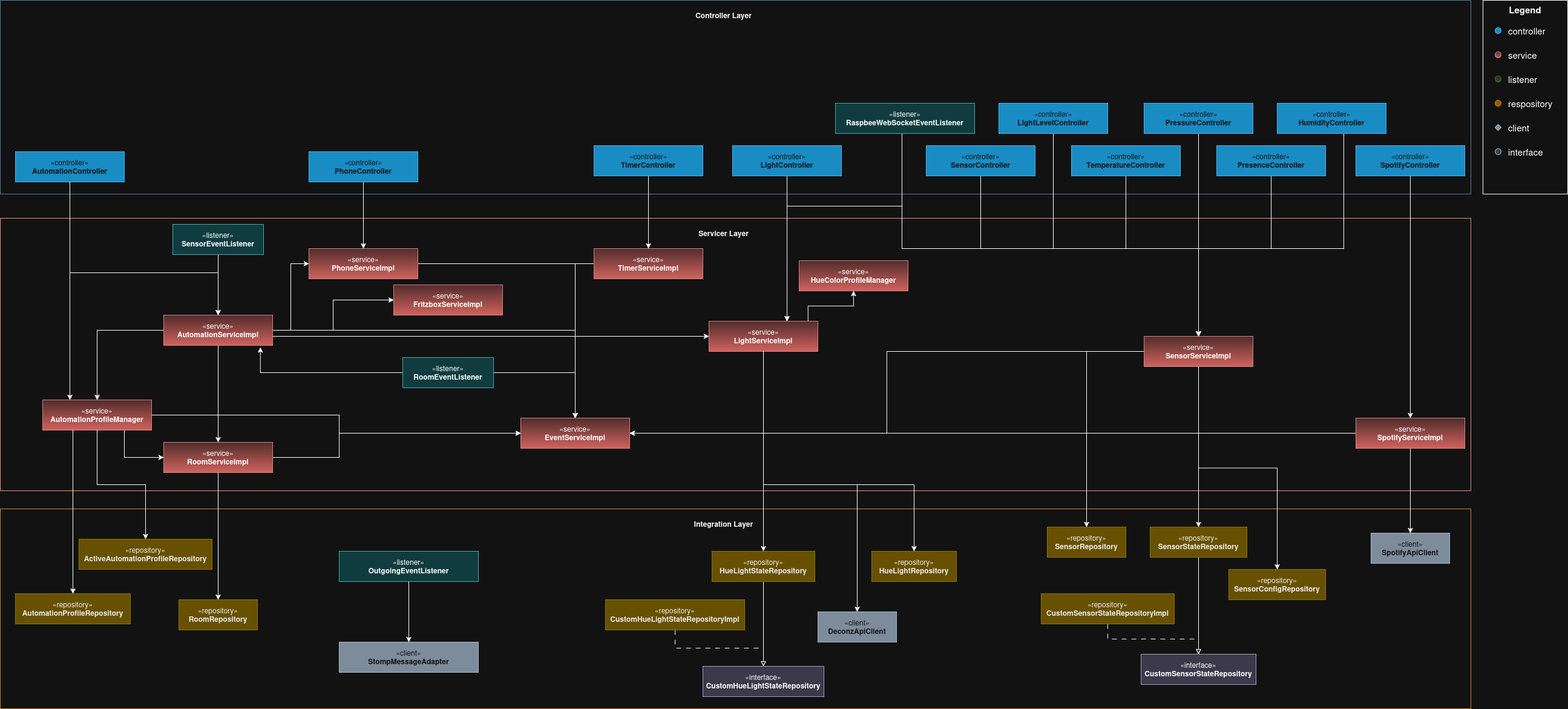
Above: diagrams/layers.png in Twigman/tyche (draw.io), before the change. Source tidied: cells renumbered, new cells last; positions are measured from the earlier drawing's top-left corner, leaving out a move shared by most shapes.
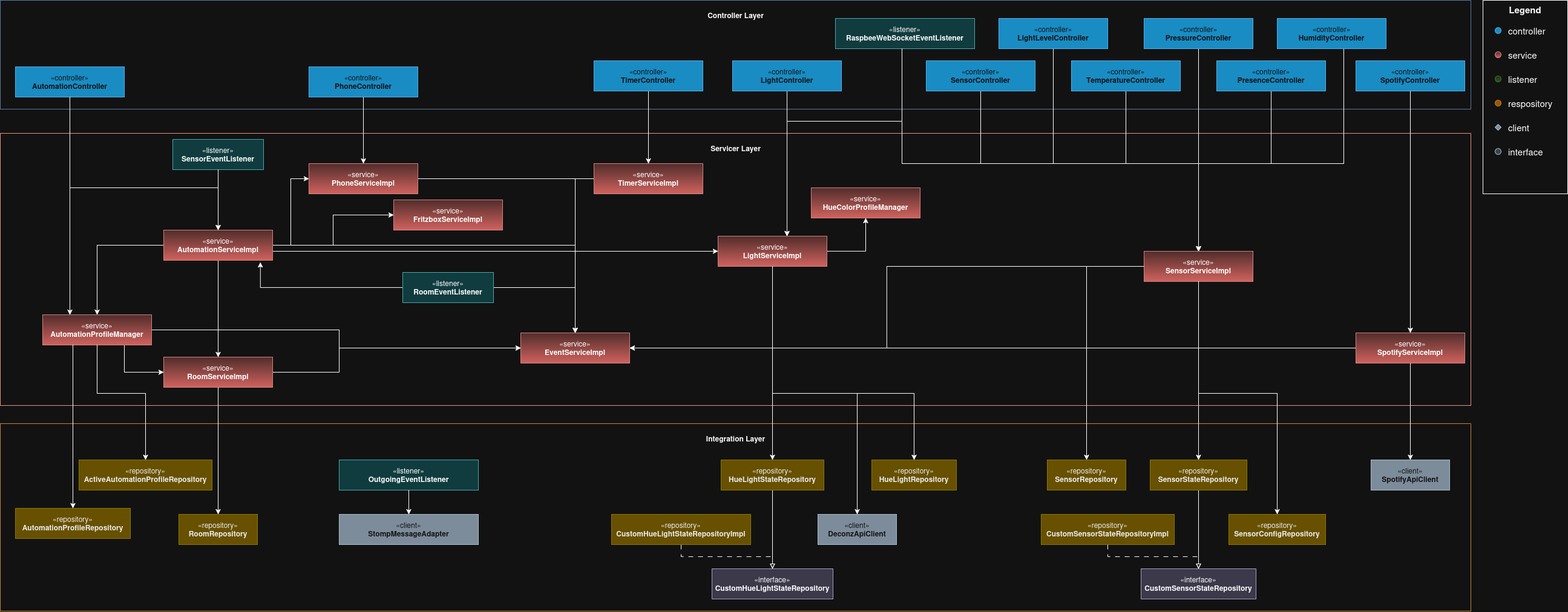
After the commit.

Diff of the diagram source:
```diff
@@ -3,19 +3,25 @@
     <mxCell id="0" />
     <mxCell id="1" parent="0" />
     <mxCell id="2" style="swimlane;startSize=0;fillColor=#dae8fc;gradientColor=#7ea6e0;strokeColor=#6c8ebf;" parent="1" vertex="1">
-      <mxGeometry width="2430" height="320" as="geometry" />
+      <mxGeometry y="140" width="2430" height="180" as="geometry" />
     </mxCell>
     <mxCell id="3" value="«controller»&lt;br&gt;&lt;b&gt;SpotifyController&lt;/b&gt;" style="html=1;whiteSpace=wrap;fillColor=#1ba1e2;fontColor=#ffffff;strokeColor=#006EAF;" parent="2" vertex="1">
-      <mxGeometry x="2240" y="240" width="180" height="50" as="geometry" />
+      <mxGeometry x="2240" y="100" width="180" height="50" as="geometry" />
     </mxCell>
     <mxCell id="4" value="«controller»&lt;br&gt;&lt;b&gt;AutomationController&lt;/b&gt;" style="html=1;whiteSpace=wrap;fillColor=#1ba1e2;fontColor=#ffffff;strokeColor=#006EAF;" parent="2" vertex="1">
-      <mxGeometry x="25" y="250" width="180" height="50" as="geometry" />
+      <mxGeometry x="25" y="110" width="180" height="50" as="geometry" />
     </mxCell>
+    <mxCell id="102" value="Controller Layer" style="text;html=1;align=center;verticalAlign=middle;strokeColor=none;fillColor=none;fontStyle=1;" parent="2" vertex="1">
+      <mxGeometry x="1160" y="10" width="110" height="30" as="geometry" />
+    </mxCell>
+    <mxCell id="103" value="«listener»&lt;br&gt;&lt;b&gt;RaspbeeWebSocketEventListener&lt;/b&gt;" style="html=1;whiteSpace=wrap;fillColor=#b0e3e6;strokeColor=#0e8088;" parent="2" vertex="1">
+      <mxGeometry x="1380" y="30" width="230" height="50" as="geometry" />
+    </mxCell>
     <mxCell id="5" style="swimlane;startSize=0;fillColor=#fad9d5;strokeColor=#ae4132;" parent="1" vertex="1">
       <mxGeometry y="360" width="2430" height="450" as="geometry" />
     </mxCell>
     <mxCell id="6" value="Servicer Layer" style="text;html=1;align=center;verticalAlign=middle;strokeColor=none;fillColor=none;fontStyle=1;" parent="5" vertex="1">
-      <mxGeometry x="1145" y="10" width="100" height="30" as="geometry" />
+      <mxGeometry x="1165" y="10" width="100" height="30" as="geometry" />
     </mxCell>
     <mxCell id="7" style="edgeStyle=orthogonalEdgeStyle;rounded=0;jettySize=auto;html=1;" parent="5" edge="1" source="9">
       <mxGeometry relative="1" as="geometry">
@@ -64,13 +70,13 @@
       <mxGeometry x="650" y="110" width="180" height="50" as="geometry" />
     </mxCell>
     <mxCell id="19" value="«service»&lt;br&gt;&lt;b&gt;HueColorProfileManager&lt;/b&gt;" style="html=1;whiteSpace=wrap;fillColor=#f8cecc;strokeColor=#b85450;gradientColor=#ea6b66;" parent="5" vertex="1">
-      <mxGeometry x="1320" y="70" width="180" height="50" as="geometry" />
+      <mxGeometry x="1340" y="90" width="180" height="50" as="geometry" />
     </mxCell>
-    <mxCell id="20" style="edgeStyle=orthogonalEdgeStyle;rounded=0;jettySize=auto;html=1;exitX=0.91;exitY=0.042;exitDx=0;exitDy=0;exitPerimeter=0;" parent="5" edge="1" source="21" target="19">
+    <mxCell id="20" style="edgeStyle=orthogonalEdgeStyle;rounded=0;jettySize=auto;html=1;exitX=1;exitY=0.5;exitDx=0;exitDy=0;" parent="5" edge="1" source="21" target="19">
       <mxGeometry relative="1" as="geometry" />
     </mxCell>
     <mxCell id="21" value="«service»&lt;br&gt;&lt;b&gt;LightServiceImpl&lt;/b&gt;" style="html=1;whiteSpace=wrap;fillColor=#f8cecc;strokeColor=#b85450;gradientColor=#ea6b66;" parent="5" vertex="1">
-      <mxGeometry x="1171" y="170" width="180" height="50" as="geometry" />
+      <mxGeometry x="1186" y="170" width="180" height="50" as="geometry" />
     </mxCell>
     <mxCell id="22" style="edgeStyle=orthogonalEdgeStyle;rounded=0;jettySize=auto;html=1;" parent="5" edge="1" source="23" target="17">
       <mxGeometry relative="1" as="geometry" />
@@ -125,76 +131,81 @@
       <mxGeometry x="665" y="230" width="150" height="50" as="geometry" />
     </mxCell>
     <mxCell id="37" style="swimlane;startSize=0;fillColor=#fad7ac;strokeColor=#b46504;" parent="1" vertex="1">
-      <mxGeometry y="840" width="2430" height="330" as="geometry" />
+      <mxGeometry y="840" width="2430" height="310" as="geometry" />
     </mxCell>
     <mxCell id="38" value="Integration Layer" style="text;html=1;align=center;verticalAlign=middle;strokeColor=none;fillColor=none;fontStyle=1;" parent="37" vertex="1">
-      <mxGeometry x="1140" y="10" width="110" height="30" as="geometry" />
+      <mxGeometry x="1160" y="10" width="110" height="30" as="geometry" />
     </mxCell>
     <mxCell id="39" value="«interface»&lt;br&gt;&lt;b&gt;CustomSensorStateRepository&lt;/b&gt;" style="html=1;whiteSpace=wrap;fillColor=#d0cee2;strokeColor=#56517e;" parent="37" vertex="1">
       <mxGeometry x="1885" y="240" width="190" height="50" as="geometry" />
     </mxCell>
     <mxCell id="40" value="«interface»&lt;br&gt;&lt;b&gt;CustomHueLightStateRepository&lt;/b&gt;" style="html=1;whiteSpace=wrap;fillColor=#d0cee2;strokeColor=#56517e;" parent="37" vertex="1">
-      <mxGeometry x="1161" y="260" width="200" height="50" as="geometry" />
+      <mxGeometry x="1176" y="240" width="200" height="50" as="geometry" />
     </mxCell>
     <mxCell id="41" style="edgeStyle=orthogonalEdgeStyle;rounded=0;jettySize=auto;html=1;endArrow=block;endFill=0;dashed=1;dashPattern=8 8;" parent="37" edge="1" source="42" target="40">
       <mxGeometry relative="1" as="geometry" />
     </mxCell>
     <mxCell id="42" value="«repository»&lt;br&gt;&lt;b&gt;CustomHueLightStateRepositoryImpl&lt;/b&gt;" style="html=1;whiteSpace=wrap;fillColor=#e3c800;strokeColor=#B09500;fontColor=#000000;" parent="37" vertex="1">
-      <mxGeometry x="1000" y="150" width="230" height="50" as="geometry" />
+      <mxGeometry x="1010" y="150" width="230" height="50" as="geometry" />
     </mxCell>
     <mxCell id="43" value="«repository»&lt;br&gt;&lt;b&gt;RoomRepository&lt;/b&gt;" style="html=1;whiteSpace=wrap;fillColor=#e3c800;strokeColor=#B09500;fontColor=#000000;" parent="37" vertex="1">
       <mxGeometry x="295" y="150" width="130" height="50" as="geometry" />
     </mxCell>
     <mxCell id="44" value="«repository»&lt;br&gt;&lt;b&gt;HueLightRepository&lt;/b&gt;" style="html=1;whiteSpace=wrap;fillColor=#e3c800;strokeColor=#B09500;fontColor=#000000;" parent="37" vertex="1">
-      <mxGeometry x="1440" y="70" width="140" height="50" as="geometry" />
+      <mxGeometry x="1440" y="60" width="140" height="50" as="geometry" />
     </mxCell>
     <mxCell id="45" style="edgeStyle=orthogonalEdgeStyle;rounded=0;jettySize=auto;html=1;endArrow=block;endFill=0;" parent="37" edge="1" source="46" target="40">
       <mxGeometry relative="1" as="geometry" />
     </mxCell>
     <mxCell id="46" value="«repository»&lt;br&gt;&lt;b&gt;HueLightStateRepository&lt;/b&gt;" style="html=1;whiteSpace=wrap;fillColor=#e3c800;strokeColor=#B09500;fontColor=#000000;" parent="37" vertex="1">
-      <mxGeometry x="1176" y="70" width="170" height="50" as="geometry" />
+      <mxGeometry x="1191" y="60" width="170" height="50" as="geometry" />
     </mxCell>
     <mxCell id="47" style="edgeStyle=orthogonalEdgeStyle;rounded=0;jettySize=auto;html=1;endArrow=block;endFill=0;dashed=1;dashPattern=8 8;" parent="37" edge="1" source="48" target="39">
       <mxGeometry relative="1" as="geometry" />
     </mxCell>
     <mxCell id="48" value="«repository»&lt;br&gt;&lt;b&gt;CustomSensorStateRepositoryImpl&lt;/b&gt;" style="html=1;whiteSpace=wrap;fillColor=#e3c800;strokeColor=#B09500;fontColor=#000000;" parent="37" vertex="1">
-      <mxGeometry x="1720" y="140" width="220" height="50" as="geometry" />
+      <mxGeometry x="1720" y="150" width="220" height="50" as="geometry" />
     </mxCell>
     <mxCell id="49" value="«repository»&lt;br&gt;&lt;div&gt;&lt;b&gt;ActiveAutomationProfileRepository&lt;/b&gt;&lt;/div&gt;" style="html=1;whiteSpace=wrap;fillColor=#e3c800;strokeColor=#B09500;fontColor=#000000;" parent="37" vertex="1">
-      <mxGeometry x="130" y="50" width="220" height="50" as="geometry" />
+      <mxGeometry x="130" y="60" width="220" height="50" as="geometry" />
     </mxCell>
     <mxCell id="50" value="«repository»&lt;br&gt;&lt;div&gt;&lt;b&gt;AutomationProfileRepository&lt;/b&gt;&lt;/div&gt;" style="html=1;whiteSpace=wrap;fillColor=#e3c800;strokeColor=#B09500;fontColor=#000000;" parent="37" vertex="1">
       <mxGeometry x="25" y="140" width="190" height="50" as="geometry" />
     </mxCell>
     <mxCell id="51" value="«repository»&lt;br&gt;&lt;div&gt;&lt;b&gt;SensorRepository&lt;/b&gt;&lt;/div&gt;" style="html=1;whiteSpace=wrap;fillColor=#e3c800;strokeColor=#B09500;fontColor=#000000;" parent="37" vertex="1">
-      <mxGeometry x="1730" y="30" width="130" height="50" as="geometry" />
+      <mxGeometry x="1730" y="60" width="130" height="50" as="geometry" />
     </mxCell>
     <mxCell id="52" style="edgeStyle=orthogonalEdgeStyle;rounded=0;jettySize=auto;html=1;endArrow=block;endFill=0;" parent="37" edge="1" source="53" target="39">
       <mxGeometry relative="1" as="geometry" />
     </mxCell>
     <mxCell id="53" value="«repository»&lt;br&gt;&lt;div&gt;&lt;b&gt;SensorStateRepository&lt;/b&gt;&lt;/div&gt;" style="html=1;whiteSpace=wrap;fillColor=#e3c800;strokeColor=#B09500;fontColor=#000000;" parent="37" vertex="1">
-      <mxGeometry x="1900" y="30" width="160" height="50" as="geometry" />
+      <mxGeometry x="1900" y="60" width="160" height="50" as="geometry" />
     </mxCell>
     <mxCell id="54" value="«repository»&lt;br&gt;&lt;div&gt;&lt;b&gt;SensorConfigRepository&lt;/b&gt;&lt;/div&gt;" style="html=1;whiteSpace=wrap;fillColor=#e3c800;strokeColor=#B09500;fontColor=#000000;" parent="37" vertex="1">
-      <mxGeometry x="2030" y="100" width="160" height="50" as="geometry" />
+      <mxGeometry x="2030" y="150" width="160" height="50" as="geometry" />
     </mxCell>
     <mxCell id="55" value="«client»&lt;br&gt;&lt;b&gt;DeconzApiClient&lt;/b&gt;" style="html=1;whiteSpace=wrap;fillColor=#647687;strokeColor=#314354;fontColor=#ffffff;" parent="37" vertex="1">
-      <mxGeometry x="1351" y="170" width="130" height="50" as="geometry" />
+      <mxGeometry x="1351" y="150" width="130" height="50" as="geometry" />
     </mxCell>
     <mxCell id="56" value="«client»&lt;br&gt;&lt;b&gt;SpotifyApiClient&lt;/b&gt;" style="html=1;whiteSpace=wrap;fillColor=#647687;strokeColor=#314354;fontColor=#ffffff;" parent="37" vertex="1">
-      <mxGeometry x="2265" y="40" width="130" height="50" as="geometry" />
+      <mxGeometry x="2265" y="60" width="130" height="50" as="geometry" />
     </mxCell>
     <mxCell id="57" value="«client»&lt;br&gt;&lt;b&gt;StompMessageAdapter&lt;/b&gt;" style="html=1;whiteSpace=wrap;fillColor=#647687;strokeColor=#314354;fontColor=#ffffff;" parent="37" vertex="1">
-      <mxGeometry x="560" y="220" width="230" height="50" as="geometry" />
+      <mxGeometry x="560" y="150" width="230" height="50" as="geometry" />
     </mxCell>
     <mxCell id="58" value="«listener»&lt;br&gt;&lt;b&gt;OutgoingEventListener&lt;/b&gt;" style="html=1;whiteSpace=wrap;fillColor=#b0e3e6;strokeColor=#0e8088;" parent="37" vertex="1">
-      <mxGeometry x="560" y="70" width="230" height="50" as="geometry" />
+      <mxGeometry x="560" y="60" width="230" height="50" as="geometry" />
     </mxCell>
     <mxCell id="59" style="edgeStyle=orthogonalEdgeStyle;rounded=0;jettySize=auto;html=1;" parent="37" edge="1" source="58" target="57">
       <mxGeometry relative="1" as="geometry" />
     </mxCell>
     <mxCell id="60" style="edgeStyle=orthogonalEdgeStyle;rounded=0;jettySize=auto;html=1;" parent="1" edge="1" source="9" target="49">
-      <mxGeometry relative="1" as="geometry" />
+      <mxGeometry relative="1" as="geometry">
+        <Array as="points">
+          <mxPoint x="160" y="790" />
+          <mxPoint x="240" y="790" />
+        </Array>
+      </mxGeometry>
     </mxCell>
     <mxCell id="61" style="edgeStyle=orthogonalEdgeStyle;rounded=0;jettySize=auto;html=1;entryX=0.5;entryY=0;entryDx=0;entryDy=0;" parent="1" edge="1" source="9" target="50">
       <mxGeometry relative="1" as="geometry">
@@ -210,8 +221,8 @@
     <mxCell id="63" style="edgeStyle=orthogonalEdgeStyle;rounded=0;jettySize=auto;html=1;" parent="1" edge="1" source="21" target="55">
       <mxGeometry relative="1" as="geometry">
         <Array as="points">
-          <mxPoint x="1261" y="800" />
-          <mxPoint x="1416" y="800" />
+          <mxPoint x="1276" y="790" />
+          <mxPoint x="1416" y="790" />
         </Array>
       </mxGeometry>
     </mxCell>
@@ -219,7 +230,12 @@
       <mxGeometry relative="1" as="geometry" />
     </mxCell>
     <mxCell id="65" style="edgeStyle=orthogonalEdgeStyle;rounded=0;jettySize=auto;html=1;" parent="1" edge="1" source="27" target="54">
-      <mxGeometry relative="1" as="geometry" />
+      <mxGeometry relative="1" as="geometry">
+        <Array as="points">
+          <mxPoint x="1980" y="790" />
+          <mxPoint x="2110" y="790" />
+        </Array>
+      </mxGeometry>
     </mxCell>
     <mxCell id="66" style="edgeStyle=orthogonalEdgeStyle;rounded=0;jettySize=auto;html=1;entryX=0.5;entryY=0;entryDx=0;entryDy=0;" parent="1" edge="1" source="29" target="56">
       <mxGeometry relative="1" as="geometry" />
@@ -334,13 +350,13 @@
     <mxCell id="84" style="edgeStyle=orthogonalEdgeStyle;rounded=0;jettySize=auto;html=1;" parent="1" edge="1" source="21" target="44">
       <mxGeometry relative="1" as="geometry">
         <Array as="points">
-          <mxPoint x="1261" y="800" />
-          <mxPoint x="1510" y="800" />
+          <mxPoint x="1276" y="790" />
+          <mxPoint x="1510" y="790" />
         </Array>
       </mxGeometry>
     </mxCell>
     <mxCell id="85" style="group;" parent="1" vertex="1">
-      <mxGeometry x="2450" width="140" height="320" as="geometry" />
+      <mxGeometry x="2450" y="140" width="140" height="320" as="geometry" />
     </mxCell>
     <mxCell id="86" style="rounded=0;whiteSpace=wrap;html=1;" parent="85" vertex="1">
       <mxGeometry width="140" height="320" as="geometry" />
@@ -390,12 +406,6 @@
     <mxCell id="101" value="«controller»&lt;br&gt;&lt;b&gt;LightController&lt;/b&gt;" style="html=1;whiteSpace=wrap;fillColor=#1ba1e2;fontColor=#ffffff;strokeColor=#006EAF;" parent="1" vertex="1">
       <mxGeometry x="1210" y="240" width="180" height="50" as="geometry" />
     </mxCell>
-    <mxCell id="102" value="Controller Layer" style="text;html=1;align=center;verticalAlign=middle;strokeColor=none;fillColor=none;fontStyle=1;" parent="1" vertex="1">
-      <mxGeometry x="1140" y="10" width="110" height="30" as="geometry" />
-    </mxCell>
-    <mxCell id="103" value="«listener»&lt;br&gt;&lt;b&gt;RaspbeeWebSocketEventListener&lt;/b&gt;" style="html=1;whiteSpace=wrap;fillColor=#b0e3e6;strokeColor=#0e8088;" parent="1" vertex="1">
-      <mxGeometry x="1380" y="170" width="230" height="50" as="geometry" />
-    </mxCell>
     <mxCell id="104" value="«controller»&lt;br&gt;&lt;b&gt;SensorController&lt;/b&gt;" style="html=1;whiteSpace=wrap;fillColor=#1ba1e2;fontColor=#ffffff;strokeColor=#006EAF;" parent="1" vertex="1">
       <mxGeometry x="1530" y="240" width="180" height="50" as="geometry" />
     </mxCell>
```
